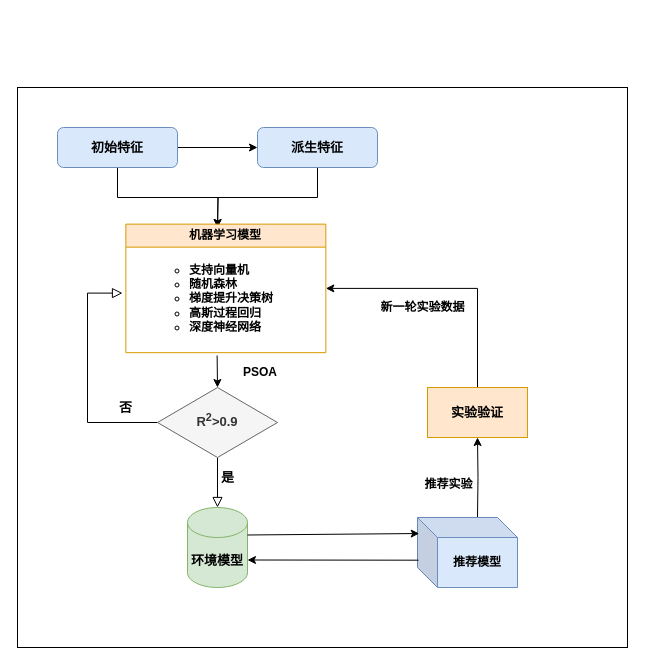
Better-Ding/RL_design keeps this draw.io diagram as 未命名绘图.drawio. Above is the earlier version. Source tidied: cells renumbered, new cells numbered last; positions are measured from the earlier drawing's top-left corner, leaving out a move shared by most shapes. Both pictures are drawn from the tidied source at 100%, with x=0, y=0 at pixel (17, 87).
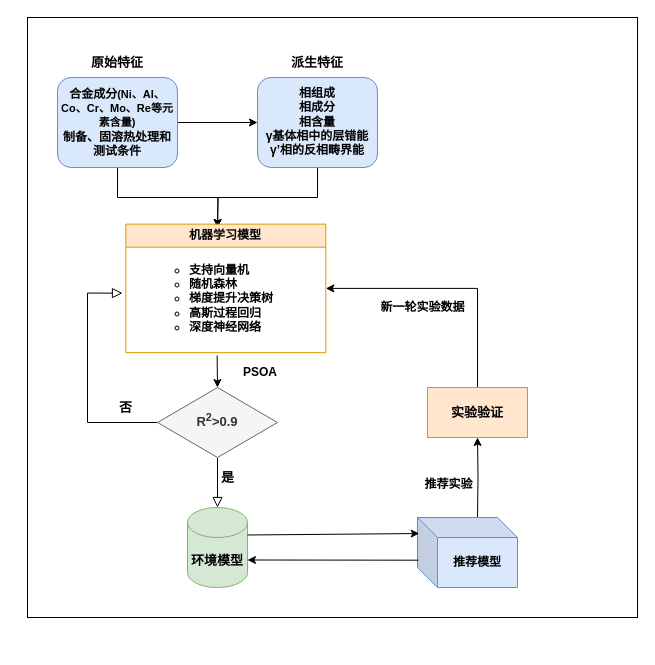
The same diagram, later.

Diff of the diagram source:
```diff
@@
-    <mxCell id="2" style="rounded=0;whiteSpace=wrap;html=1;align=center;verticalAlign=middle;fontFamily=Helvetica;fontSize=12;fontStyle=1;" parent="1" vertex="1">
-      <mxGeometry width="610" height="560" as="geometry" />
-    </mxCell>
+    <mxCell id="24" style="rounded=0;whiteSpace=wrap;html=1;" parent="1" vertex="1">
+      <mxGeometry x="10" y="-70" width="610" height="600" as="geometry" />
+    </mxCell>
@@
-    <mxCell id="5" value="&lt;b&gt;&lt;font style=&quot;font-size: 13px;&quot;&gt;初始特征&lt;/font&gt;&lt;/b&gt;" style="rounded=1;whiteSpace=wrap;html=1;fontSize=12;glass=0;strokeWidth=1;shadow=0;fillColor=#dae8fc;strokeColor=#6c8ebf;" parent="1" vertex="1">
-      <mxGeometry x="40" y="40" width="120" height="40" as="geometry" />
+    <mxCell id="5" value="&lt;div style=&quot;&quot;&gt;&lt;div style=&quot;&quot;&gt;&lt;span style=&quot;&quot;&gt;&lt;b&gt;合金成分&lt;/b&gt;&lt;/span&gt;&lt;b style=&quot;background-color: initial;&quot;&gt;&lt;font style=&quot;font-size: 11px;&quot;&gt;(Ni、Al、Co、Cr、Mo、Re等元素含量)&lt;/font&gt;&lt;/b&gt;&lt;/div&gt;&lt;div style=&quot;&quot;&gt;&lt;b&gt;制备、固溶热处理和测试条件&lt;/b&gt;&lt;/div&gt;&lt;/div&gt;" style="rounded=1;whiteSpace=wrap;html=1;fontSize=12;glass=0;strokeWidth=1;shadow=0;fillColor=#dae8fc;strokeColor=#6c8ebf;align=center;" parent="1" vertex="1">
+      <mxGeometry x="40" y="-10" width="120" height="90" as="geometry" />
     </mxCell>
@@
-    <mxCell id="11" value="&lt;b&gt;&lt;font style=&quot;font-size: 13px;&quot;&gt;派生特征&lt;/font&gt;&lt;/b&gt;" style="rounded=1;whiteSpace=wrap;html=1;fontSize=12;glass=0;strokeWidth=1;shadow=0;fillColor=#dae8fc;strokeColor=#6c8ebf;" parent="1" vertex="1">
-      <mxGeometry x="240" y="40" width="120" height="40" as="geometry" />
+    <mxCell id="11" value="&lt;div&gt;&lt;b&gt;&lt;font style=&quot;font-size: 12px;&quot;&gt;&lt;br&gt;&lt;/font&gt;&lt;/b&gt;&lt;/div&gt;&lt;b&gt;&lt;font style=&quot;font-size: 12px;&quot;&gt;相组成&lt;/font&gt;&lt;/b&gt;&lt;div&gt;&lt;b&gt;&lt;font style=&quot;font-size: 12px;&quot;&gt;相成分&lt;/font&gt;&lt;/b&gt;&lt;/div&gt;&lt;div&gt;&lt;b&gt;&lt;font style=&quot;font-size: 12px;&quot;&gt;相含量&lt;/font&gt;&lt;/b&gt;&lt;/div&gt;&lt;div&gt;&lt;font style=&quot;font-size: 12px;&quot;&gt;&lt;b&gt;γ基体相中的层错能&lt;/b&gt;&lt;/font&gt;&lt;/div&gt;&lt;div&gt;&lt;font style=&quot;font-size: 12px;&quot;&gt;&lt;b&gt;γ’相的反相畴界能&lt;/b&gt;&lt;/font&gt;&lt;/div&gt;&lt;div&gt;&lt;b&gt;&lt;font style=&quot;font-size: 13px;&quot;&gt;&lt;br&gt;&lt;/font&gt;&lt;/b&gt;&lt;/div&gt;" style="rounded=1;whiteSpace=wrap;html=1;fontSize=12;glass=0;strokeWidth=1;shadow=0;fillColor=#dae8fc;strokeColor=#6c8ebf;" parent="1" vertex="1">
+      <mxGeometry x="240" y="-10" width="120" height="90" as="geometry" />
     </mxCell>
@@
+    <mxCell id="25" value="&lt;b&gt;&lt;font style=&quot;font-size: 13px;&quot;&gt;原始特征&lt;/font&gt;&lt;/b&gt;" style="text;html=1;align=center;verticalAlign=middle;whiteSpace=wrap;rounded=0;" parent="1" vertex="1">
+      <mxGeometry x="70" y="-40" width="60" height="30" as="geometry" />
+    </mxCell>
+    <mxCell id="26" value="&lt;b&gt;&lt;font style=&quot;font-size: 13px;&quot;&gt;派生特征&lt;/font&gt;&lt;/b&gt;" style="text;html=1;align=center;verticalAlign=middle;whiteSpace=wrap;rounded=0;" parent="1" vertex="1">
+      <mxGeometry x="270" y="-40" width="60" height="30" as="geometry" />
+    </mxCell>
```
